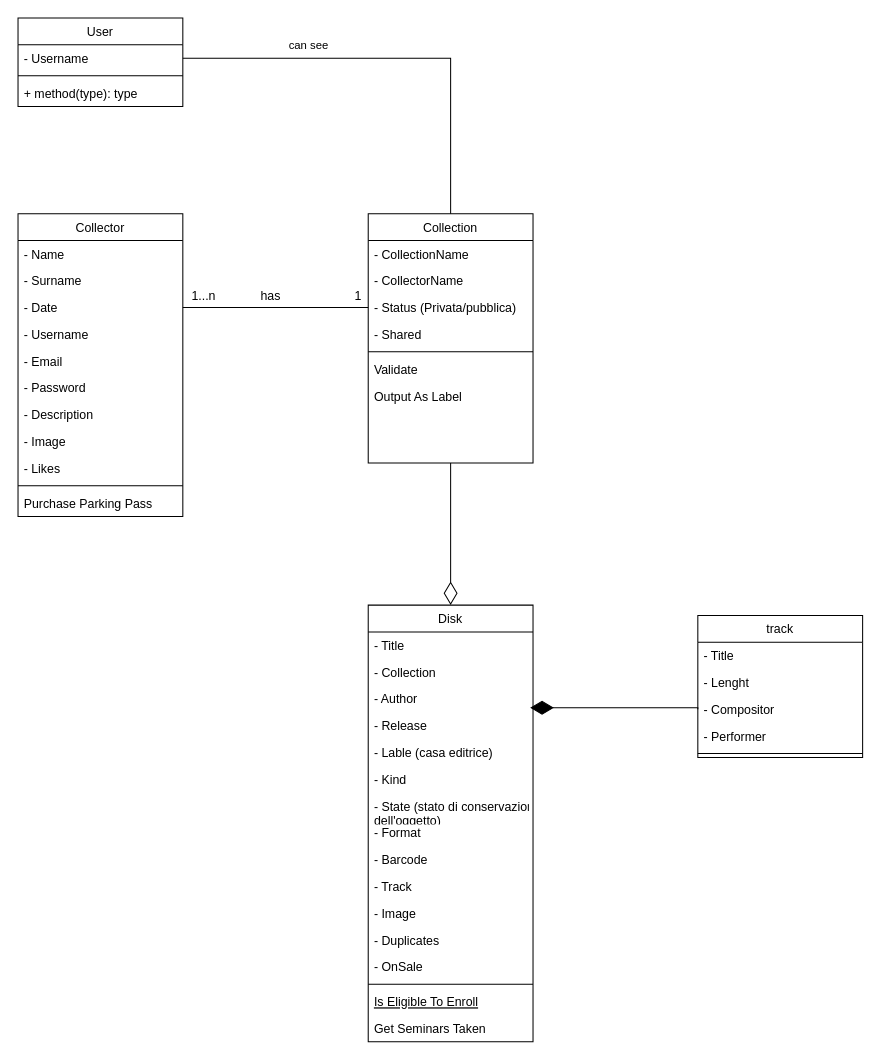
This is Documents/SviluppoWebUML.drawio from franaj98/Collectors-Site-Services, a draw.io file, before an edit. Source tidied: cells renumbered, new cells numbered last; positions are measured from the earlier drawing's top-left corner, leaving out a move shared by most shapes. Both pictures are drawn from the tidied source at 103%, with x=0, y=0 at pixel (18, 18).
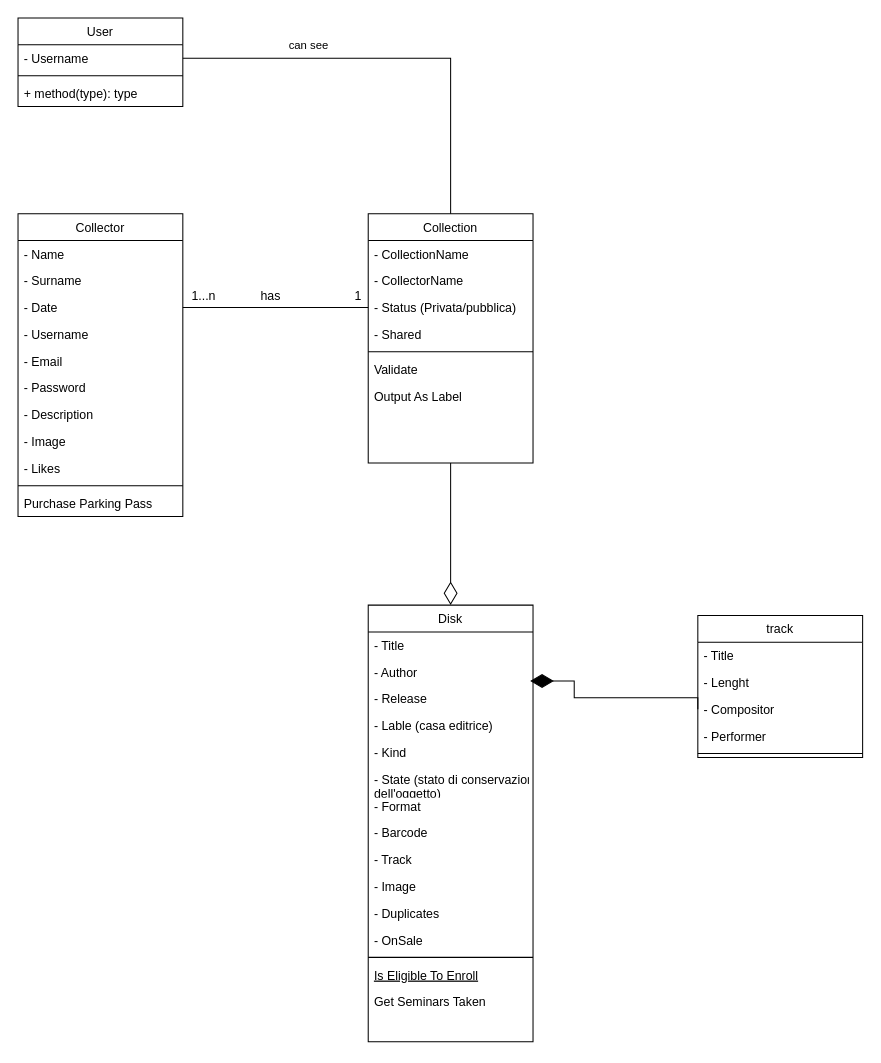
The same diagram, later.

Unchanged cells that the change refers to:
```xml
<mxCell id="14" value="Disk" style="swimlane;fontStyle=0;align=center;verticalAlign=top;horizontal=1;startSize=26;rounded=0;shadow=0;strokeWidth=1;" parent="1" vertex="1">
  <mxGeometry x="340" y="570" width="160" height="424" as="geometry" />
</mxCell>
<mxCell id="34" value="- Compositor" style="text;align=left;verticalAlign=top;spacingLeft=4;spacingRight=4;overflow=hidden;points=[[0,0.5],[1,0.5]];portConstraint=eastwest;" parent="31" vertex="1">
  <mxGeometry y="78" width="160" height="26" as="geometry" />
</mxCell>
```

Diff of the diagram source:
```diff
@@
-    <mxCell id="16" value="- Collection&#10;" style="text;align=left;verticalAlign=top;spacingLeft=4;spacingRight=4;overflow=hidden;rounded=0;shadow=0;html=0;" parent="14" vertex="1">
-      <mxGeometry y="52" width="160" height="26" as="geometry" />
-    </mxCell>
     <mxCell id="17" value="- Author " style="text;align=left;verticalAlign=top;spacingLeft=4;spacingRight=4;overflow=hidden;rounded=0;shadow=0;html=0;" parent="14" vertex="1">
-      <mxGeometry y="78" width="160" height="26" as="geometry" />
+      <mxGeometry y="52" width="160" height="26" as="geometry" />
     </mxCell>
     <mxCell id="18" value="- Release" style="text;align=left;verticalAlign=top;spacingLeft=4;spacingRight=4;overflow=hidden;points=[[0,0.5],[1,0.5]];portConstraint=eastwest;rounded=0;shadow=0;html=0;" parent="14" vertex="1">
-      <mxGeometry y="104" width="160" height="26" as="geometry" />
+      <mxGeometry y="78" width="160" height="26" as="geometry" />
     </mxCell>
     <mxCell id="19" value="- Lable (casa editrice)" style="text;align=left;verticalAlign=top;spacingLeft=4;spacingRight=4;overflow=hidden;rounded=0;shadow=0;html=0;" parent="14" vertex="1">
-      <mxGeometry y="130" width="160" height="26" as="geometry" />
+      <mxGeometry y="104" width="160" height="26" as="geometry" />
     </mxCell>
     <mxCell id="20" value="- Kind" style="text;align=left;verticalAlign=top;spacingLeft=4;spacingRight=4;overflow=hidden;rounded=0;shadow=0;html=0;" parent="14" vertex="1">
-      <mxGeometry y="156" width="160" height="26" as="geometry" />
+      <mxGeometry y="130" width="160" height="26" as="geometry" />
     </mxCell>
     <mxCell id="21" value="- State (stato di conservazion&#10;dell'oggetto)" style="text;align=left;verticalAlign=top;spacingLeft=4;spacingRight=4;overflow=hidden;rounded=0;shadow=0;html=0;" parent="14" vertex="1">
-      <mxGeometry y="182" width="160" height="26" as="geometry" />
+      <mxGeometry y="156" width="160" height="26" as="geometry" />
     </mxCell>
     <mxCell id="22" value="- Format" style="text;align=left;verticalAlign=top;spacingLeft=4;spacingRight=4;overflow=hidden;rounded=0;shadow=0;html=0;" parent="14" vertex="1">
-      <mxGeometry y="208" width="160" height="26" as="geometry" />
+      <mxGeometry y="182" width="160" height="26" as="geometry" />
     </mxCell>
     <mxCell id="23" value="- Barcode" style="text;align=left;verticalAlign=top;spacingLeft=4;spacingRight=4;overflow=hidden;rounded=0;shadow=0;html=0;" parent="14" vertex="1">
-      <mxGeometry y="234" width="160" height="26" as="geometry" />
+      <mxGeometry y="208" width="160" height="26" as="geometry" />
     </mxCell>
     <mxCell id="24" value="- Track" style="text;align=left;verticalAlign=top;spacingLeft=4;spacingRight=4;overflow=hidden;rounded=0;shadow=0;html=0;" parent="14" vertex="1">
-      <mxGeometry y="260" width="160" height="26" as="geometry" />
+      <mxGeometry y="234" width="160" height="26" as="geometry" />
     </mxCell>
     <mxCell id="25" value="- Image" style="text;align=left;verticalAlign=top;spacingLeft=4;spacingRight=4;overflow=hidden;rounded=0;shadow=0;html=0;" parent="14" vertex="1">
-      <mxGeometry y="286" width="160" height="26" as="geometry" />
+      <mxGeometry y="260" width="160" height="26" as="geometry" />
     </mxCell>
     <mxCell id="26" value="- Duplicates" style="text;align=left;verticalAlign=top;spacingLeft=4;spacingRight=4;overflow=hidden;rounded=0;shadow=0;html=0;" parent="14" vertex="1">
-      <mxGeometry y="312" width="160" height="26" as="geometry" />
+      <mxGeometry y="286" width="160" height="26" as="geometry" />
     </mxCell>
     <mxCell id="27" value="- OnSale" style="text;align=left;verticalAlign=top;spacingLeft=4;spacingRight=4;overflow=hidden;rounded=0;shadow=0;html=0;" parent="14" vertex="1">
-      <mxGeometry y="338" width="160" height="26" as="geometry" />
+      <mxGeometry y="312" width="160" height="26" as="geometry" />
     </mxCell>
     <mxCell id="28" style="line;html=1;strokeWidth=1;align=left;verticalAlign=middle;spacingTop=-1;spacingLeft=3;spacingRight=3;labelPosition=right;" parent="14" vertex="1">
-      <mxGeometry y="364" width="160" height="8" as="geometry" />
+      <mxGeometry y="338" width="160" height="8" as="geometry" />
     </mxCell>
     <mxCell id="29" value="Is Eligible To Enroll" style="text;align=left;verticalAlign=top;spacingLeft=4;spacingRight=4;overflow=hidden;fontStyle=4;" parent="14" vertex="1">
-      <mxGeometry y="372" width="160" height="26" as="geometry" />
+      <mxGeometry y="346" width="160" height="26" as="geometry" />
     </mxCell>
     <mxCell id="30" value="Get Seminars Taken" style="text;align=left;verticalAlign=top;spacingLeft=4;spacingRight=4;overflow=hidden;" parent="14" vertex="1">
-      <mxGeometry y="398" width="160" height="26" as="geometry" />
+      <mxGeometry y="372" width="160" height="26" as="geometry" />
     </mxCell>
@@
     <mxCell id="54" style="edgeStyle=orthogonalEdgeStyle;rounded=0;jettySize=auto;html=1;exitX=0;exitY=0.5;exitDx=0;exitDy=0;entryX=0.983;entryY=-0.167;entryDx=0;entryDy=0;entryPerimeter=0;endArrow=diamondThin;endFill=1;startSize=20;endSize=20;" parent="1" edge="1" source="34" target="18">
       <mxGeometry relative="1" as="geometry">
         <Array as="points">
-          <mxPoint x="660" y="670" />
+          <mxPoint x="660" y="660" />
+          <mxPoint x="540" y="660" />
+          <mxPoint x="540" y="644" />
         </Array>
       </mxGeometry>
     </mxCell>
```
